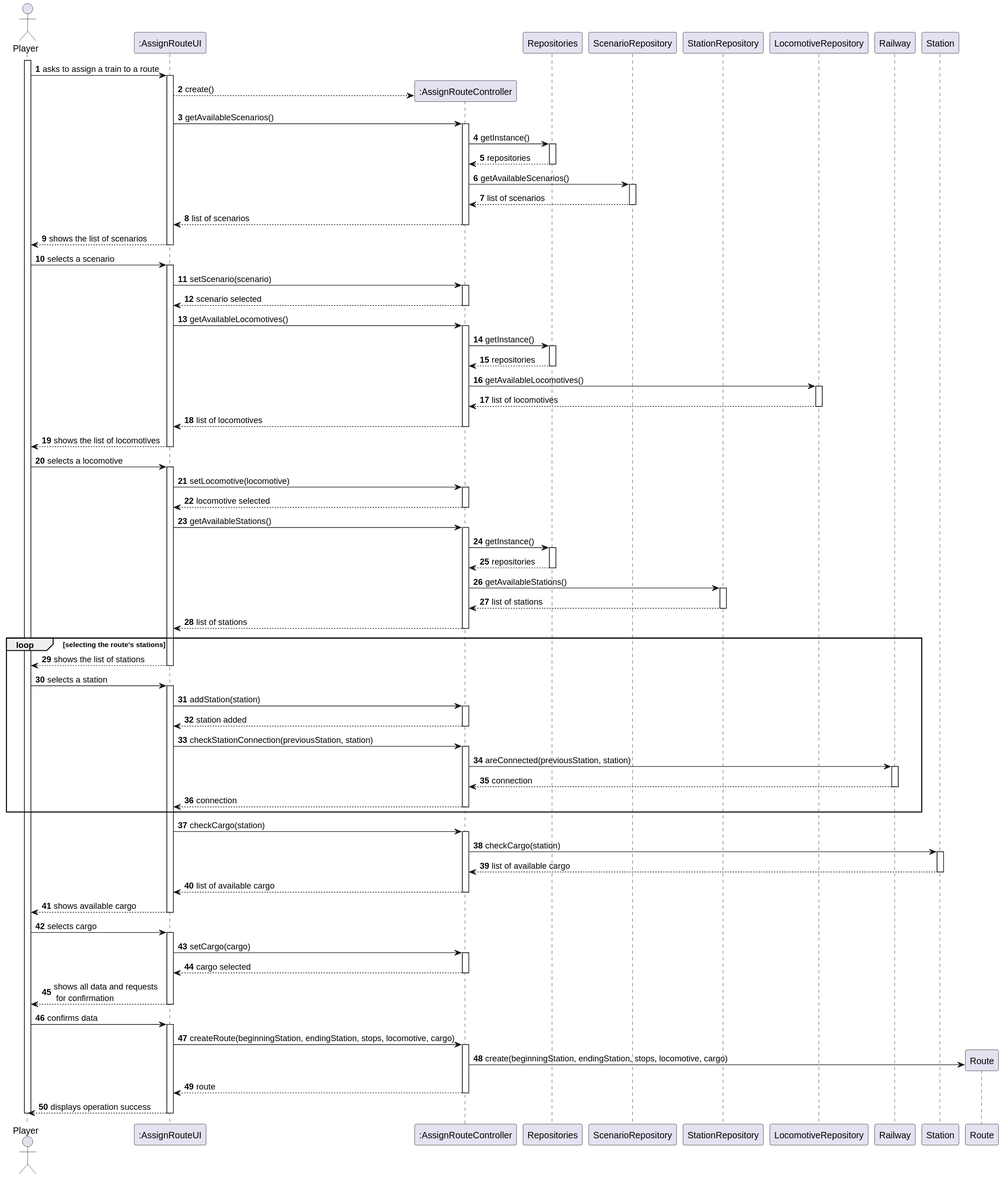
1240935/pi2-railway-simulator keeps this PlantUML diagram as Sprint2/US010/03.design/svg/US010-SD-full.svg. Above is the earlier version.
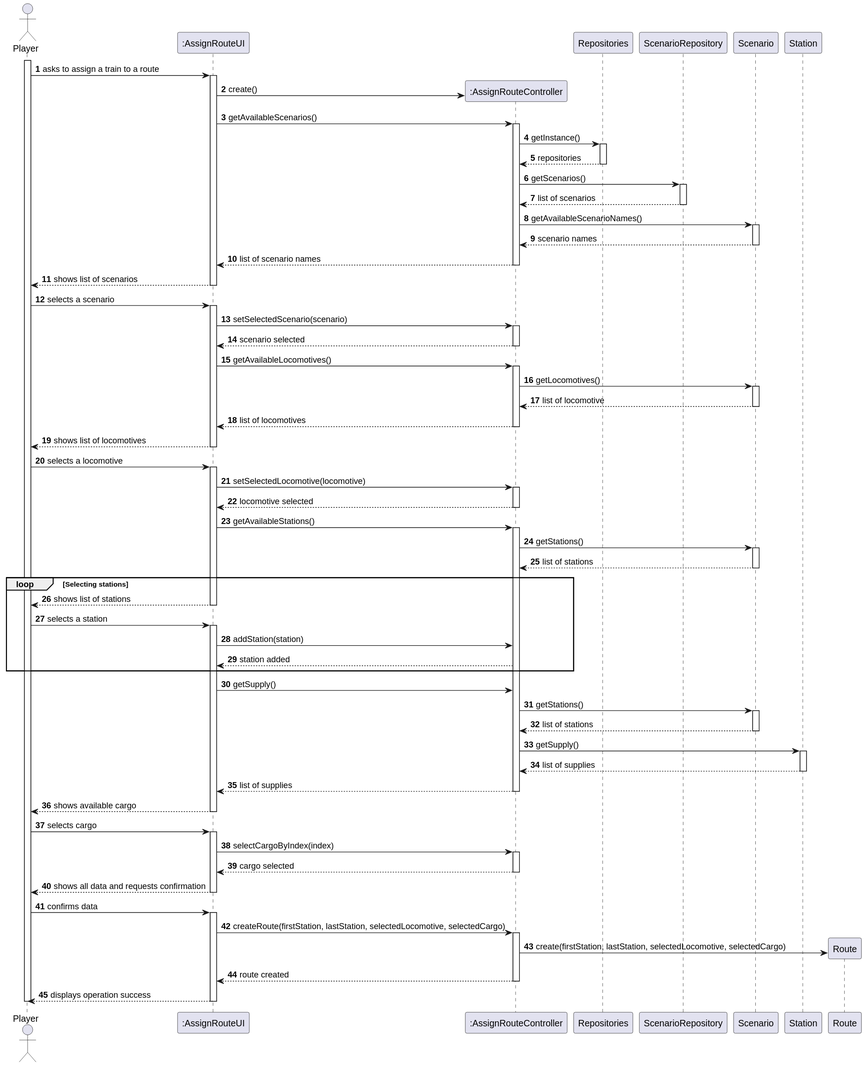
After the commit.

Change to the diagram source:
```diff
@@ -1,183 +1,139 @@
 @startuml
 skinparam packageStyle rectangle
 skinparam shadowing false
-
 autonumber
 
- actor "Player" as PLAYER
-    participant ":AssignRouteUI" as UI
-    participant ":AssignRouteController" as CTRL
-    participant "Repositories" as REPOS
-    participant "ScenarioRepository" as SREPOS
-    participant "StationRepository" as STREPOS
-    participant "LocomotiveRepository" as LOCREPOS
-    participant "Railway" as RAILWAY
-    participant "Station" as STATION
-    participant "Route" as ROUTE
+actor "Player" as PLAYER
+participant ":AssignRouteUI" as UI
+participant ":AssignRouteController" as CTRL
+participant "Repositories" as REPOS
+participant "ScenarioRepository" as SREPOS
+participant "Scenario" as SCENARIO
+participant "Station" as STATION
+participant "Route" as ROUTE
 
-    activate PLAYER
+activate PLAYER
 
-    PLAYER -> UI : asks to assign a train to a route
+PLAYER -> UI : asks to assign a train to a route
+activate UI
+
+UI -> CTRL** : create()
+
+UI -> CTRL : getAvailableScenarios()
+activate CTRL
+
+CTRL -> REPOS : getInstance()
+activate REPOS
+REPOS --> CTRL : repositories
+deactivate REPOS
+
+CTRL -> SREPOS : getScenarios()
+activate SREPOS
+SREPOS --> CTRL : list of scenarios
+deactivate SREPOS
+
+CTRL -> SCENARIO : getAvailableScenarioNames()
+activate SCENARIO
+
+SCENARIO --> CTRL: scenario names
+deactivate SCENARIO
+CTRL --> UI : list of scenario names
+deactivate CTRL
+
+UI --> PLAYER : shows list of scenarios
+deactivate UI
+
+PLAYER -> UI : selects a scenario
+activate UI
+UI -> CTRL : setSelectedScenario(scenario)
+activate CTRL
+CTRL --> UI : scenario selected
+deactivate CTRL
+
+UI -> CTRL : getAvailableLocomotives()
+activate CTRL
+CTRL -> SCENARIO : getLocomotives()
+activate SCENARIO
+
+SCENARIO --> CTRL: list of locomotive
+deactivate SCENARIO
+CTRL --> UI : list of locomotives
+deactivate CTRL
+
+UI --> PLAYER : shows list of locomotives
+deactivate UI
+
+PLAYER -> UI : selects a locomotive
+activate UI
+UI -> CTRL : setSelectedLocomotive(locomotive)
+activate CTRL
+CTRL --> UI : locomotive selected
+deactivate CTRL
+
+UI -> CTRL : getAvailableStations()
+activate CTRL
+
+CTRL -> SCENARIO : getStations()
+
+activate SCENARIO
+
+SCENARIO --> CTRL: list of stations
+deactivate SCENARIO
+
+loop Selecting stations
+    UI --> PLAYER : shows list of stations
+    deactivate UI
+
+    PLAYER -> UI : selects a station
     activate UI
 
-    UI --> CTRL** : create()
+    UI -> CTRL : addStation(station)
 
-    UI -> CTRL : getAvailableScenarios()
-    activate CTRL
+    CTRL --> UI : station added
+end loop
 
-    CTRL -> REPOS : getInstance()
-    activate REPOS
+UI -> CTRL : getSupply()
 
-    REPOS --> CTRL: repositories
+CTRL -> SCENARIO : getStations()
 
-    deactivate REPOS
+activate SCENARIO
 
-    CTRL -> SREPOS : getAvailableScenarios()
-    activate SREPOS
+SCENARIO --> CTRL: list of stations
+deactivate SCENARIO
+CTRL -> STATION: getSupply()
 
-    SREPOS --> CTRL : list of scenarios
+activate STATION
 
-    deactivate SREPOS
-    CTRL --> UI : list of scenarios
-    deactivate CTRL
+STATION --> CTRL: list of supplies
+deactivate STATION
+CTRL --> UI: list of supplies
+deactivate CTRL
+UI --> PLAYER : shows available cargo
 
-    UI --> PLAYER : shows the list of scenarios
-    deactivate UI
+deactivate UI
 
-    PLAYER -> UI : selects a scenario
-    activate UI
+PLAYER -> UI : selects cargo
+activate UI
 
-    UI -> CTRL :setScenario(scenario)
+UI -> CTRL : selectCargoByIndex(index)
+activate CTRL
 
-    activate CTRL
+CTRL --> UI : cargo selected
+deactivate CTRL
 
-    CTRL --> UI : scenario selected
+UI --> PLAYER: shows all data and requests confirmation
+deactivate UI
 
-    deactivate CTRL
+PLAYER -> UI: confirms data
+activate UI
 
+UI -> CTRL : createRoute(firstStation, lastStation, selectedLocomotive, selectedCargo)
+activate CTRL
+CTRL -> ROUTE** : create(firstStation, lastStation, selectedLocomotive, selectedCargo)
+CTRL --> UI : route created
+deactivate CTRL
 
-        UI -> CTRL : getAvailableLocomotives()
-        activate CTRL
-
-        CTRL -> REPOS : getInstance()
-        activate REPOS
-
-        REPOS --> CTRL: repositories
-
-        deactivate REPOS
-
-        CTRL -> LOCREPOS : getAvailableLocomotives()
-        activate LOCREPOS
-
-        LOCREPOS --> CTRL : list of locomotives
-        deactivate LOCREPOS
-        CTRL --> UI : list of locomotives
-        deactivate CTRL
-
-        UI --> PLAYER : shows the list of locomotives
-        deactivate UI
-
-        PLAYER -> UI : selects a locomotive
-        activate UI
-
-        UI -> CTRL :setLocomotive(locomotive)
-
-        activate CTRL
-
-        CTRL --> UI : locomotive selected
-
-        deactivate CTRL
-
-        UI -> CTRL : getAvailableStations()
-                activate CTRL
-
-                CTRL -> REPOS : getInstance()
-                activate REPOS
-
-                REPOS --> CTRL: repositories
-
-                deactivate REPOS
-
-                CTRL -> STREPOS : getAvailableStations()
-                activate STREPOS
-
-                STREPOS --> CTRL : list of stations
-
-                deactivate STREPOS
-                CTRL --> UI : list of stations
-                deactivate CTRL
-
-                loop selecting the route's stations
-
-                UI --> PLAYER : shows the list of stations
-                deactivate UI
-
-                PLAYER -> UI : selects a station
-                activate UI
-
-                UI -> CTRL : addStation(station)
-
-                activate CTRL
-
-                CTRL --> UI : station added
-
-                deactivate CTRL
-
-                UI -> CTRL : checkStationConnection(previousStation, station)
-                   activate CTRL
-
-                       CTRL -> RAILWAY : areConnected(previousStation, station)
-
-                       activate RAILWAY
-
-                           RAILWAY --> CTRL : connection
-                       deactivate RAILWAY
-
-                   CTRL --> UI : connection
-                   deactivate CTRL
-                end loop
-
-                UI -> CTRL : checkCargo(station)
-                activate CTRL
-
-                CTRL -> STATION: checkCargo(station)
-                activate STATION
-
-                STATION --> CTRL : list of available cargo
-                deactivate STATION
-
-                CTRL --> UI : list of available cargo
-                deactivate CTRL
-
-
-                UI --> PLAYER : shows available cargo
-                deactivate UI
-
-
-                PLAYER -> UI : selects cargo
-                activate UI
-
-                UI -> CTRL : setCargo(cargo)
-                activate CTRL
-
-                CTRL --> UI : cargo selected
-                deactivate CTRL
-
-    UI --> PLAYER: shows all data and requests \n for confirmation
-    deactivate UI
-
-    PLAYER -> UI: confirms data
-    activate UI
-
-    UI -> CTRL : createRoute(beginningStation, endingStation, stops, locomotive, cargo)
-    activate CTRL
-
-    CTRL -> ROUTE** : create(beginningStation, endingStation, stops, locomotive, cargo)
-
-    CTRL --> UI : route
-    deactivate CTRL
-
-    UI --> PLAYER : displays operation success
-    deactivate UI
-    deactivate PLAYER
+UI --> PLAYER : displays operation success
+deactivate UI
+deactivate PLAYER
 @enduml
```
